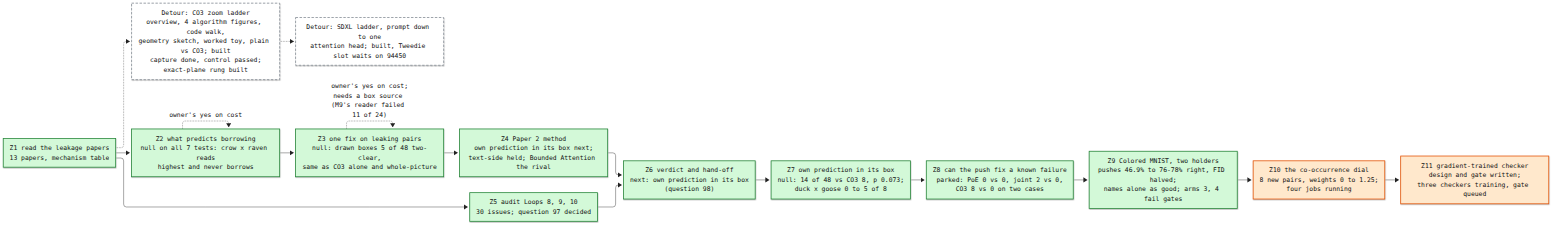
mo-rsa24/concept-composition keeps this Mermaid diagram as artifacts/notes/progress/leakage/loop-12-progress.png. Above is the earlier version. Its source is kept beside it as artifacts/notes/progress/leakage/loop-12-progress.mmd.
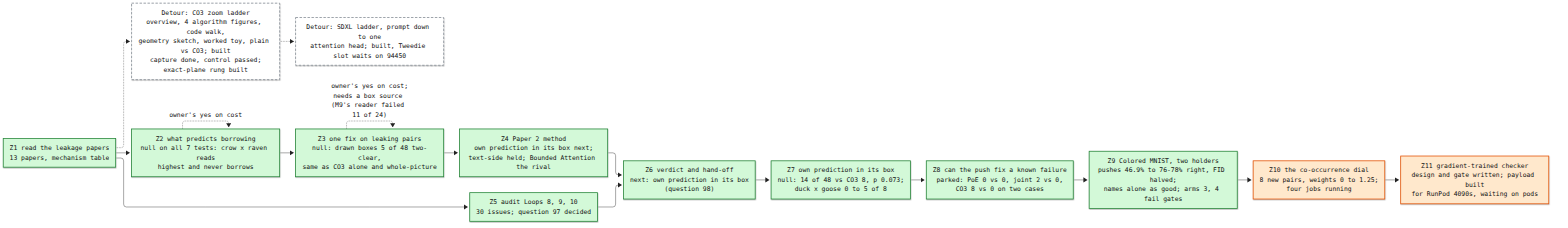
The same diagram one commit later.

Commit message:
Loop 12 map: Z11 payload for RunPod

Change to the diagram source:
```diff
@@ -22,7 +22,7 @@
   Z8 --> Z9
   Z10["Z10 the co-occurrence dial<br/>8 new pairs, weights 0 to 1.25;<br/>four jobs running"]:::doing
   Z9 --> Z10
-  Z11["Z11 gradient-trained checker<br/>design and gate written;<br/>three checkers training, gate queued"]:::doing
+  Z11["Z11 gradient-trained checker<br/>design and gate written; payload built<br/>for RunPod 4090s, waiting on pods"]:::doing
   Z10 --> Z11
   classDef done fill:#d3f9d8,stroke:#2b8a3e,stroke-width:2px
   classDef doing fill:#ffe8cc,stroke:#e8590c,stroke-width:2px
```
